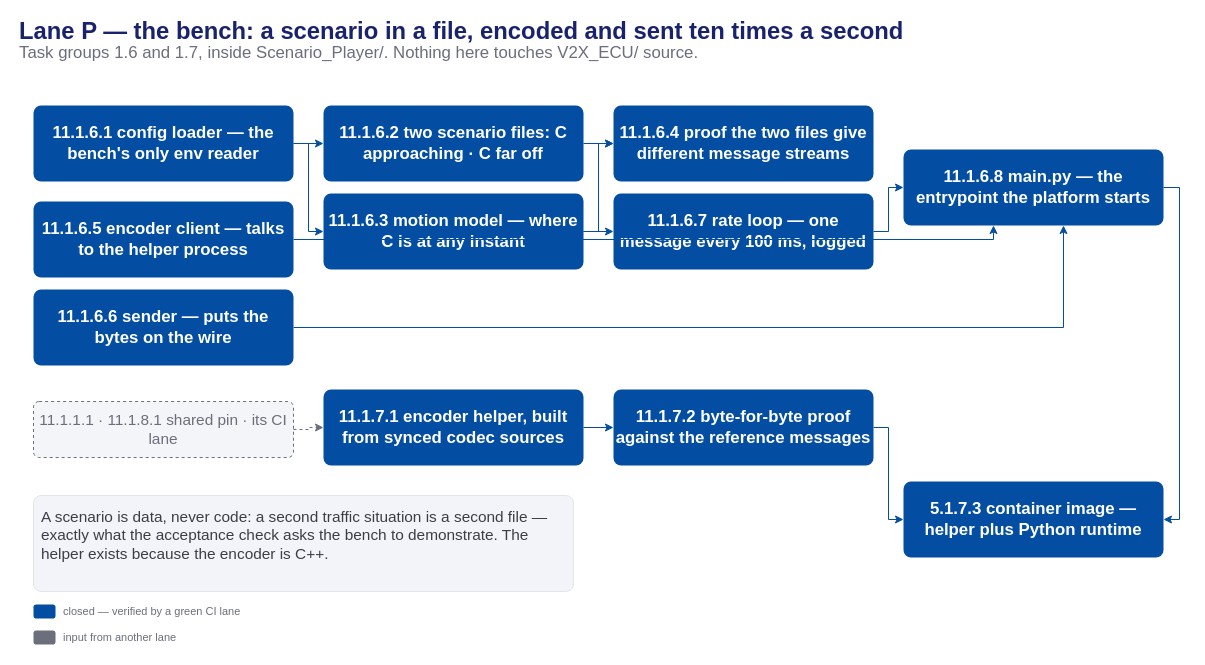
Above: presentation/assets/phase1-exec-lane-p.drawio in mnpham2101/FPT-Hackathon2026 (draw.io), before the change. Source tidied: cells renumbered, new cells numbered last; positions are measured from the earlier drawing's top-left corner, leaving out a move shared by most shapes. Both pictures are drawn from the tidied source at 100%, with x=0, y=0 at pixel (17, 21).
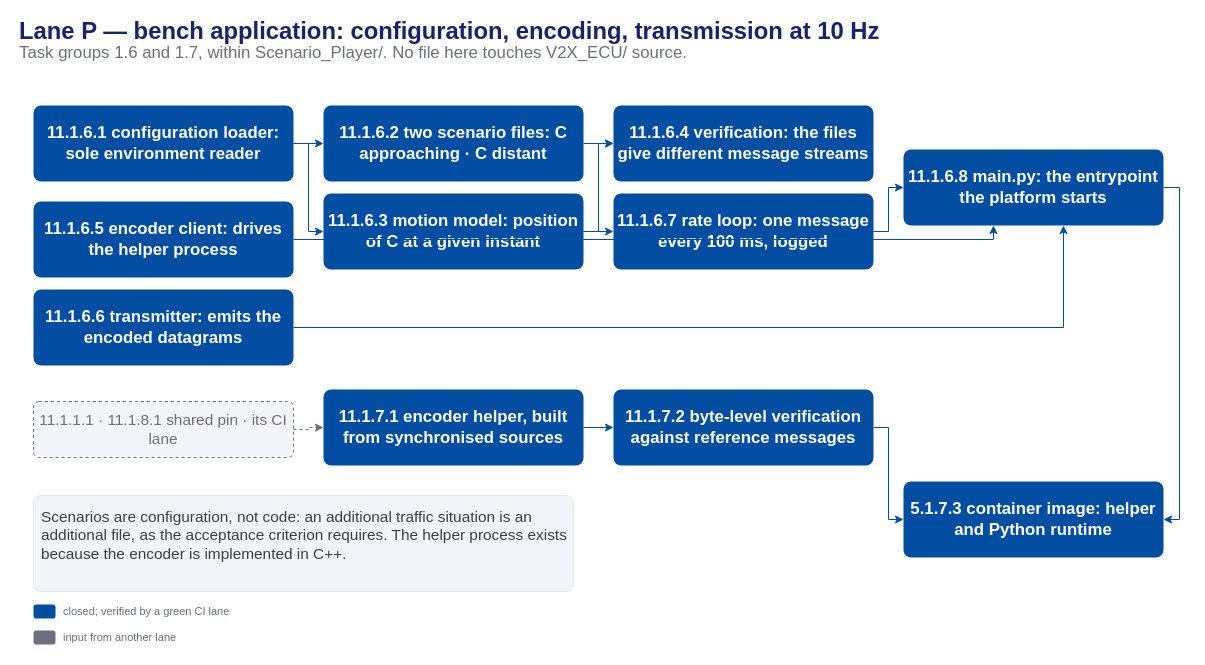
After the change.

What changed in the source:
```diff
@@
-    <mxCell id="2" value="Lane P — the bench: a scenario in a file, encoded and sent ten times a second" style="text;html=1;align=left;verticalAlign=middle;fontSize=23.8;fontColor=#19226D;fontStyle=1;" parent="1" vertex="1">
+    <mxCell id="2" value="Lane P — bench application: configuration, encoding, transmission at 10 Hz" style="text;html=1;align=left;verticalAlign=middle;fontSize=23.8;fontColor=#19226D;fontStyle=1;" parent="1" vertex="1">
       <mxGeometry width="1152" height="20" as="geometry" />
     </mxCell>
-    <mxCell id="3" value="Task groups 1.6 and 1.7, inside Scenario_Player/. Nothing here touches V2X_ECU/ source." style="text;html=1;align=left;verticalAlign=middle;fontSize=16.8;fontColor=#6b6e7b;fontStyle=0;" parent="1" vertex="1">
+    <mxCell id="3" value="Task groups 1.6 and 1.7, within Scenario_Player/. No file here touches V2X_ECU/ source." style="text;html=1;align=left;verticalAlign=middle;fontSize=16.8;fontColor=#6b6e7b;fontStyle=0;" parent="1" vertex="1">
       <mxGeometry y="22" width="1152" height="20" as="geometry" />
     </mxCell>
-    <mxCell id="4" value="11.1.6.1 config loader — the bench's only env reader" style="rounded=1;arcSize=10;html=1;fillColor=#034EA2;strokeColor=none;fontColor=#ffffff;fontSize=16.8;fontStyle=1;whiteSpace=wrap;verticalAlign=middle;" parent="1" vertex="1">
+    <mxCell id="4" value="11.1.6.1 configuration loader: sole environment reader" style="rounded=1;arcSize=10;html=1;fillColor=#034EA2;strokeColor=none;fontColor=#ffffff;fontSize=16.8;fontStyle=1;whiteSpace=wrap;verticalAlign=middle;" parent="1" vertex="1">
       <mxGeometry x="16" y="84" width="260" height="76" as="geometry" />
     </mxCell>
-    <mxCell id="5" value="11.1.6.2 two scenario files: C approaching · C far off" style="rounded=1;arcSize=10;html=1;fillColor=#034EA2;strokeColor=none;fontColor=#ffffff;fontSize=16.8;fontStyle=1;whiteSpace=wrap;verticalAlign=middle;" parent="1" vertex="1">
+    <mxCell id="5" value="11.1.6.2 two scenario files: C approaching · C distant" style="rounded=1;arcSize=10;html=1;fillColor=#034EA2;strokeColor=none;fontColor=#ffffff;fontSize=16.8;fontStyle=1;whiteSpace=wrap;verticalAlign=middle;" parent="1" vertex="1">
       <mxGeometry x="306" y="84" width="260" height="76" as="geometry" />
     </mxCell>
-    <mxCell id="6" value="11.1.6.4 proof the two files give different message streams" style="rounded=1;arcSize=10;html=1;fillColor=#034EA2;strokeColor=none;fontColor=#ffffff;fontSize=16.8;fontStyle=1;whiteSpace=wrap;verticalAlign=middle;" parent="1" vertex="1">
+    <mxCell id="6" value="11.1.6.4 verification: the files give different message streams" style="rounded=1;arcSize=10;html=1;fillColor=#034EA2;strokeColor=none;fontColor=#ffffff;fontSize=16.8;fontStyle=1;whiteSpace=wrap;verticalAlign=middle;" parent="1" vertex="1">
       <mxGeometry x="596" y="84" width="260" height="76" as="geometry" />
     </mxCell>
-    <mxCell id="7" value="11.1.6.8 main.py — the entrypoint the platform starts" style="rounded=1;arcSize=10;html=1;fillColor=#034EA2;strokeColor=none;fontColor=#ffffff;fontSize=16.8;fontStyle=1;whiteSpace=wrap;verticalAlign=middle;" parent="1" vertex="1">
+    <mxCell id="7" value="11.1.6.8 main.py: the entrypoint the platform starts" style="rounded=1;arcSize=10;html=1;fillColor=#034EA2;strokeColor=none;fontColor=#ffffff;fontSize=16.8;fontStyle=1;whiteSpace=wrap;verticalAlign=middle;" parent="1" vertex="1">
       <mxGeometry x="886" y="128" width="260" height="76" as="geometry" />
     </mxCell>
-    <mxCell id="8" value="11.1.6.3 motion model — where C is at any instant" style="rounded=1;arcSize=10;html=1;fillColor=#034EA2;strokeColor=none;fontColor=#ffffff;fontSize=16.8;fontStyle=1;whiteSpace=wrap;verticalAlign=middle;" parent="1" vertex="1">
+    <mxCell id="8" value="11.1.6.3 motion model: position of C at a given instant" style="rounded=1;arcSize=10;html=1;fillColor=#034EA2;strokeColor=none;fontColor=#ffffff;fontSize=16.8;fontStyle=1;whiteSpace=wrap;verticalAlign=middle;" parent="1" vertex="1">
       <mxGeometry x="306" y="172" width="260" height="76" as="geometry" />
     </mxCell>
-    <mxCell id="9" value="11.1.6.7 rate loop — one message every 100 ms, logged" style="rounded=1;arcSize=10;html=1;fillColor=#034EA2;strokeColor=none;fontColor=#ffffff;fontSize=16.8;fontStyle=1;whiteSpace=wrap;verticalAlign=middle;" parent="1" vertex="1">
+    <mxCell id="9" value="11.1.6.7 rate loop: one message every 100 ms, logged" style="rounded=1;arcSize=10;html=1;fillColor=#034EA2;strokeColor=none;fontColor=#ffffff;fontSize=16.8;fontStyle=1;whiteSpace=wrap;verticalAlign=middle;" parent="1" vertex="1">
       <mxGeometry x="596" y="172" width="260" height="76" as="geometry" />
     </mxCell>
-    <mxCell id="10" value="11.1.6.5 encoder client — talks to the helper process" style="rounded=1;arcSize=10;html=1;fillColor=#034EA2;strokeColor=none;fontColor=#ffffff;fontSize=16.8;fontStyle=1;whiteSpace=wrap;verticalAlign=middle;" parent="1" vertex="1">
+    <mxCell id="10" value="11.1.6.5 encoder client: drives the helper process" style="rounded=1;arcSize=10;html=1;fillColor=#034EA2;strokeColor=none;fontColor=#ffffff;fontSize=16.8;fontStyle=1;whiteSpace=wrap;verticalAlign=middle;" parent="1" vertex="1">
       <mxGeometry x="16" y="180" width="260" height="76" as="geometry" />
     </mxCell>
-    <mxCell id="11" value="11.1.6.6 sender — puts the bytes on the wire" style="rounded=1;arcSize=10;html=1;fillColor=#034EA2;strokeColor=none;fontColor=#ffffff;fontSize=16.8;fontStyle=1;whiteSpace=wrap;verticalAlign=middle;" parent="1" vertex="1">
+    <mxCell id="11" value="11.1.6.6 transmitter: emits the encoded datagrams" style="rounded=1;arcSize=10;html=1;fillColor=#034EA2;strokeColor=none;fontColor=#ffffff;fontSize=16.8;fontStyle=1;whiteSpace=wrap;verticalAlign=middle;" parent="1" vertex="1">
       <mxGeometry x="16" y="268" width="260" height="76" as="geometry" />
     </mxCell>
@@
-    <mxCell id="13" value="11.1.7.1 encoder helper, built from synced codec sources" style="rounded=1;arcSize=10;html=1;fillColor=#034EA2;strokeColor=none;fontColor=#ffffff;fontSize=16.8;fontStyle=1;whiteSpace=wrap;verticalAlign=middle;" parent="1" vertex="1">
+    <mxCell id="13" value="11.1.7.1 encoder helper, built from synchronised sources" style="rounded=1;arcSize=10;html=1;fillColor=#034EA2;strokeColor=none;fontColor=#ffffff;fontSize=16.8;fontStyle=1;whiteSpace=wrap;verticalAlign=middle;" parent="1" vertex="1">
       <mxGeometry x="306" y="368" width="260" height="76" as="geometry" />
     </mxCell>
-    <mxCell id="14" value="11.1.7.2 byte-for-byte proof against the reference messages" style="rounded=1;arcSize=10;html=1;fillColor=#034EA2;strokeColor=none;fontColor=#ffffff;fontSize=16.8;fontStyle=1;whiteSpace=wrap;verticalAlign=middle;" parent="1" vertex="1">
+    <mxCell id="14" value="11.1.7.2 byte-level verification against reference messages" style="rounded=1;arcSize=10;html=1;fillColor=#034EA2;strokeColor=none;fontColor=#ffffff;fontSize=16.8;fontStyle=1;whiteSpace=wrap;verticalAlign=middle;" parent="1" vertex="1">
       <mxGeometry x="596" y="368" width="260" height="76" as="geometry" />
     </mxCell>
-    <mxCell id="15" value="5.1.7.3 container image — helper plus Python runtime" style="rounded=1;arcSize=10;html=1;fillColor=#034EA2;strokeColor=none;fontColor=#ffffff;fontSize=16.8;fontStyle=1;whiteSpace=wrap;verticalAlign=middle;" parent="1" vertex="1">
+    <mxCell id="15" value="5.1.7.3 container image: helper and Python runtime" style="rounded=1;arcSize=10;html=1;fillColor=#034EA2;strokeColor=none;fontColor=#ffffff;fontSize=16.8;fontStyle=1;whiteSpace=wrap;verticalAlign=middle;" parent="1" vertex="1">
       <mxGeometry x="886" y="460" width="260" height="76" as="geometry" />
     </mxCell>
@@
-    <mxCell id="28" value="A scenario is data, never code: a second traffic situation is a second file — exactly what the acceptance check asks the bench to demonstrate. The helper exists because the encoder is C++." style="rounded=1;arcSize=8;html=1;fillColor=#f2f4f9;strokeColor=#e3e5ea;fontColor=#3d3d46;fontSize=15.4;align=left;whiteSpace=wrap;verticalAlign=top;spacing=8;" parent="1" vertex="1">
+    <mxCell id="28" value="Scenarios are configuration, not code: an additional traffic situation is an additional file, as the acceptance criterion requires. The helper process exists because the encoder is implemented in C++." style="rounded=1;arcSize=8;html=1;fillColor=#f2f4f9;strokeColor=#e3e5ea;fontColor=#3d3d46;fontSize=15.4;align=left;whiteSpace=wrap;verticalAlign=top;spacing=8;" parent="1" vertex="1">
       <mxGeometry x="16" y="474" width="540" height="96" as="geometry" />
     </mxCell>
@@
-    <mxCell id="30" value="closed — verified by a green CI lane" style="text;html=1;align=left;verticalAlign=middle;fontSize=11;fontColor=#6b6e7b;" parent="1" vertex="1">
+    <mxCell id="30" value="closed; verified by a green CI lane" style="text;html=1;align=left;verticalAlign=middle;fontSize=11;fontColor=#6b6e7b;" parent="1" vertex="1">
       <mxGeometry x="44" y="580" width="300" height="20" as="geometry" />
     </mxCell>
```
